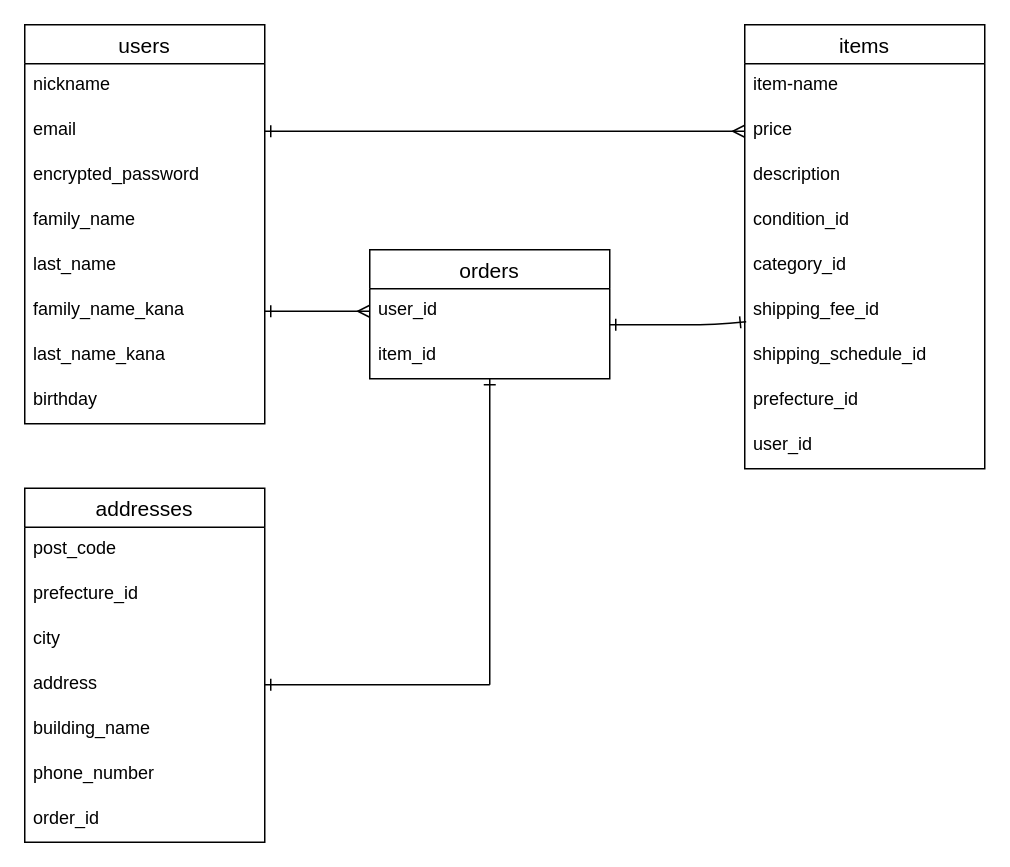
Before: furima.dio in Yamasaki0401/furima-38853, a draw.io diagram. Source tidied: cells renumbered, new cells numbered last; positions are measured from the earlier drawing's top-left corner, leaving out a move shared by most shapes. Both pictures are drawn from the tidied source at 150%, with x=0, y=0 at pixel (24, 24).
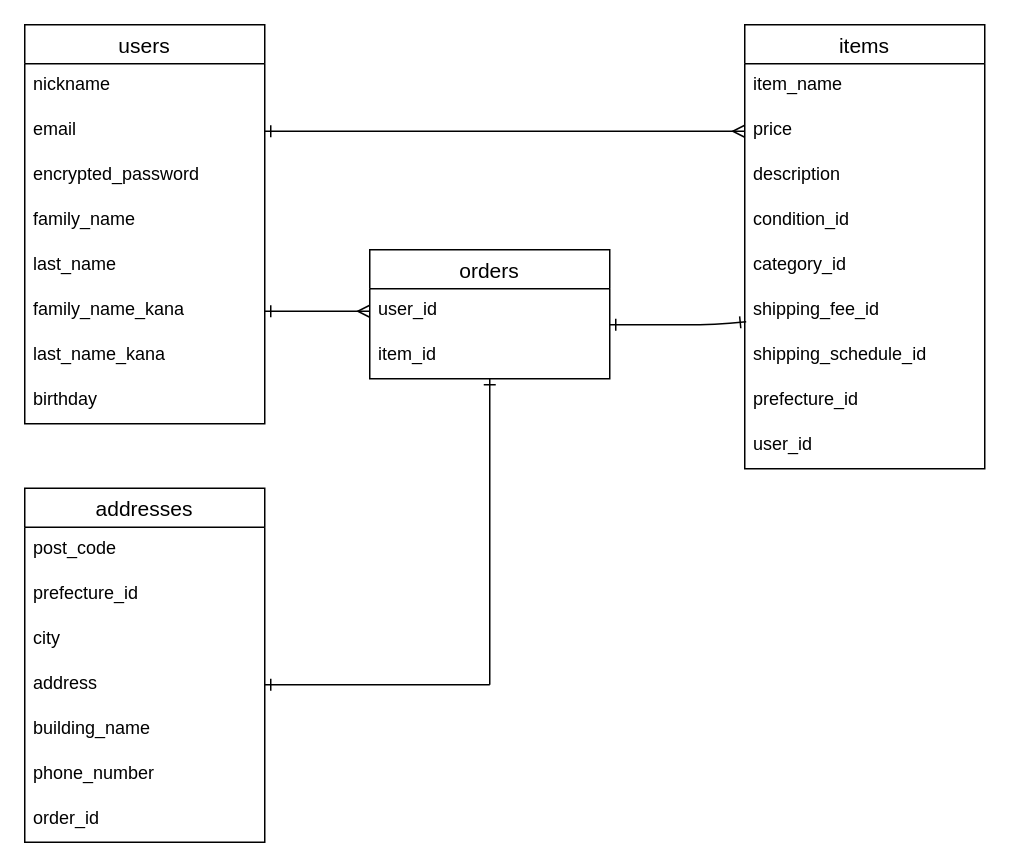
After the change.

Commit message (it also covers changes not shown here):
データベース設計の修正4

Unchanged cells that the change refers to:
```xml
<mxCell id="11" value="items" style="swimlane;fontStyle=0;horizontal=1;startSize=26;align=center;fontSize=14;" parent="1" vertex="1">
  <mxGeometry x="480" width="160" height="296" as="geometry" />
</mxCell>
```

The edit, as a diff of the source:
```diff
@@
-    <mxCell id="12" value="item-name" style="text;strokeColor=none;fillColor=none;spacingLeft=4;spacingRight=4;overflow=hidden;fontSize=12;" parent="11" vertex="1">
+    <mxCell id="12" value="item_name" style="text;strokeColor=none;fillColor=none;spacingLeft=4;spacingRight=4;overflow=hidden;fontSize=12;" parent="11" vertex="1">
       <mxGeometry y="26" width="160" height="30" as="geometry" />
     </mxCell>
```
